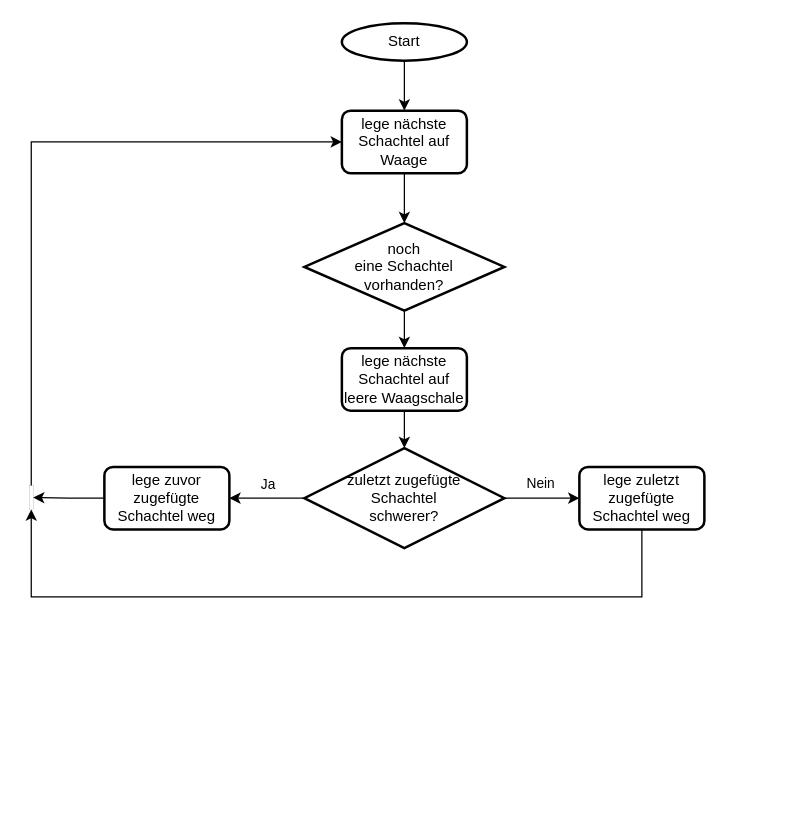
The draw.io diagram Waageproblem.drawio in JoernWVSG/diagram, before the edit. Source tidied: cells renumbered, new cells numbered last; positions are measured from the earlier drawing's top-left corner, leaving out a move shared by most shapes. Both pictures are drawn from the tidied source at 125%, with x=0, y=0 at pixel (29, 22).
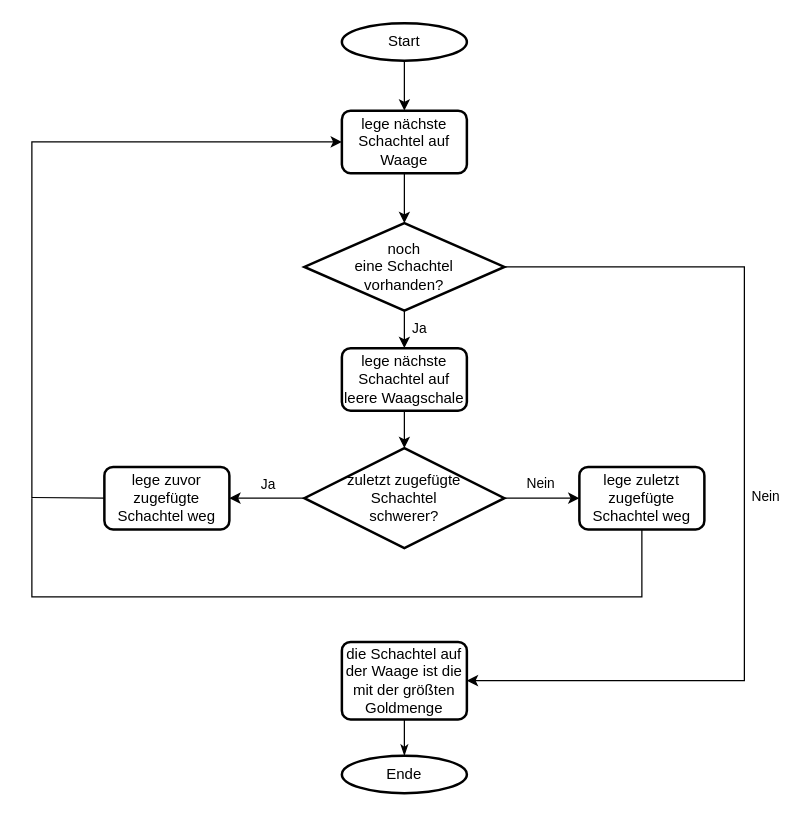
The same page after the edit.

Unchanged cells that the change refers to:
```xml
<mxCell id="5" value="lege nächste Schachtel auf Waage" style="rounded=1;whiteSpace=wrap;html=1;absoluteArcSize=1;arcSize=14;strokeWidth=2;fontColor=#000000;" parent="1" vertex="1">
  <mxGeometry x="250" y="70" width="100" height="50" as="geometry" />
</mxCell>
<mxCell id="7" value="noch &lt;br&gt;eine Schachtel &lt;br&gt;vorhanden?" style="strokeWidth=2;html=1;shape=mxgraph.flowchart.decision;whiteSpace=wrap;fontColor=#000000;" parent="1" vertex="1">
  <mxGeometry x="220" y="160" width="160" height="70" as="geometry" />
</mxCell>
<mxCell id="9" value="lege nächste Schachtel auf leere Waagschale" style="rounded=1;whiteSpace=wrap;html=1;absoluteArcSize=1;arcSize=14;strokeWidth=2;fontColor=#000000;" parent="1" vertex="1">
  <mxGeometry x="250" y="260" width="100" height="50" as="geometry" />
</mxCell>
<mxCell id="15" value="lege zuvor zugefügte Schachtel weg" style="rounded=1;whiteSpace=wrap;html=1;absoluteArcSize=1;arcSize=14;strokeWidth=2;fontColor=#000000;" parent="1" vertex="1">
  <mxGeometry x="60" y="355" width="100" height="50" as="geometry" />
</mxCell>
<mxCell id="17" value="lege zuletzt zugefügte Schachtel weg" style="rounded=1;whiteSpace=wrap;html=1;absoluteArcSize=1;arcSize=14;strokeWidth=2;fontColor=#000000;" parent="1" vertex="1">
  <mxGeometry x="440" y="355" width="100" height="50" as="geometry" />
</mxCell>
```

The edit, as a diff of the source:
```diff
@@
-    <mxCell id="6" style="edgeStyle=orthogonalEdgeStyle;rounded=0;jettySize=auto;html=1;exitX=0.5;exitY=1;exitDx=0;exitDy=0;exitPerimeter=0;entryX=0.5;entryY=0;entryDx=0;entryDy=0;fontColor=#000000;" parent="1" edge="1" source="7" target="9">
-      <mxGeometry relative="1" as="geometry" />
+    <mxCell id="6" value="Ja&lt;br&gt;" style="edgeStyle=orthogonalEdgeStyle;rounded=0;jettySize=auto;html=1;exitX=0.5;exitY=1;exitDx=0;exitDy=0;exitPerimeter=0;entryX=0.5;entryY=0;entryDx=0;entryDy=0;fontColor=#000000;" parent="1" edge="1" source="7" target="9">
+      <mxGeometry x="-0.07" y="12" relative="1" as="geometry" />
     </mxCell>
@@
-    <mxCell id="14" style="edgeStyle=orthogonalEdgeStyle;rounded=0;jettySize=auto;html=1;exitX=0;exitY=0.5;exitDx=0;exitDy=0;entryX=1;entryY=0.5;entryDx=0;entryDy=0;fontColor=#000000;" parent="1" edge="1" source="15" target="19">
-      <mxGeometry relative="1" as="geometry" />
+    <mxCell id="14" style="edgeStyle=orthogonalEdgeStyle;rounded=0;jettySize=auto;html=1;exitX=0;exitY=0.5;exitDx=0;exitDy=0;entryX=1;entryY=0.5;entryDx=0;entryDy=0;fontColor=#000000;endArrow=none;endFill=0;" parent="1" edge="1" source="15">
+      <mxGeometry relative="1" as="geometry">
+        <mxPoint x="2" y="379.5" as="targetPoint" />
+      </mxGeometry>
     </mxCell>
@@
-    <mxCell id="16" style="edgeStyle=orthogonalEdgeStyle;rounded=0;jettySize=auto;html=1;exitX=0.5;exitY=1;exitDx=0;exitDy=0;entryX=0.5;entryY=1;entryDx=0;entryDy=0;fontColor=#000000;" parent="1" edge="1" source="17" target="19">
+    <mxCell id="16" style="edgeStyle=orthogonalEdgeStyle;rounded=0;jettySize=auto;html=1;exitX=0.5;exitY=1;exitDx=0;exitDy=0;fontColor=#000000;endArrow=none;endFill=0;" parent="1" edge="1" source="17">
       <mxGeometry relative="1" as="geometry">
+        <mxPoint x="2" y="380" as="targetPoint" />
         <Array as="points">
           <mxPoint x="490" y="459" />
           <mxPoint x="2" y="459" />
         </Array>
       </mxGeometry>
     </mxCell>
@@
-    <mxCell id="18" style="edgeStyle=orthogonalEdgeStyle;rounded=0;jettySize=auto;html=1;exitX=0.5;exitY=0;exitDx=0;exitDy=0;entryX=0;entryY=0.5;entryDx=0;entryDy=0;fontColor=#000000;" parent="1" edge="1" source="19" target="5">
-      <mxGeometry relative="1" as="geometry" />
+    <mxCell id="18" style="edgeStyle=orthogonalEdgeStyle;rounded=0;jettySize=auto;html=1;entryX=0;entryY=0.5;entryDx=0;entryDy=0;fontColor=#000000;" parent="1" edge="1" target="5">
+      <mxGeometry relative="1" as="geometry">
+        <mxPoint x="2" y="380" as="sourcePoint" />
+        <Array as="points">
+          <mxPoint x="2" y="95" />
+        </Array>
+      </mxGeometry>
     </mxCell>
-    <mxCell id="19" style="rounded=0;whiteSpace=wrap;html=1;absoluteArcSize=1;arcSize=0;strokeWidth=0;" parent="1" vertex="1">
-      <mxGeometry y="370" width="3" height="19" as="geometry" />
-    </mxCell>
+    <mxCell id="20" style="edgeStyle=orthogonalEdgeStyle;rounded=0;jettySize=auto;html=1;exitX=0.5;exitY=1;exitDx=0;exitDy=0;entryX=0.5;entryY=0;entryDx=0;entryDy=0;entryPerimeter=0;fontColor=#000000;endArrow=classicThin;endFill=1;" parent="1" edge="1" source="21" target="23">
+      <mxGeometry relative="1" as="geometry" />
+    </mxCell>
+    <mxCell id="21" value="die Schachtel auf der Waage ist die mit der größten Goldmenge" style="rounded=1;whiteSpace=wrap;html=1;absoluteArcSize=1;arcSize=14;strokeWidth=2;fontColor=#000000;" parent="1" vertex="1">
+      <mxGeometry x="250" y="495" width="100" height="62" as="geometry" />
+    </mxCell>
+    <mxCell id="22" value="Nein" style="edgeStyle=orthogonalEdgeStyle;rounded=0;jettySize=auto;html=1;exitX=1;exitY=0.5;exitDx=0;exitDy=0;exitPerimeter=0;entryX=1;entryY=0.5;entryDx=0;entryDy=0;fontColor=#000000;" parent="1" edge="1" source="7" target="21">
+      <mxGeometry x="0.01" y="17" relative="1" as="geometry">
+        <Array as="points">
+          <mxPoint x="572" y="195" />
+          <mxPoint x="572" y="526" />
+        </Array>
+      </mxGeometry>
+    </mxCell>
+    <mxCell id="23" value="Ende" style="strokeWidth=2;html=1;shape=mxgraph.flowchart.start_1;whiteSpace=wrap;fontColor=#000000;" parent="1" vertex="1">
+      <mxGeometry x="250" y="586" width="100" height="30" as="geometry" />
+    </mxCell>
```
